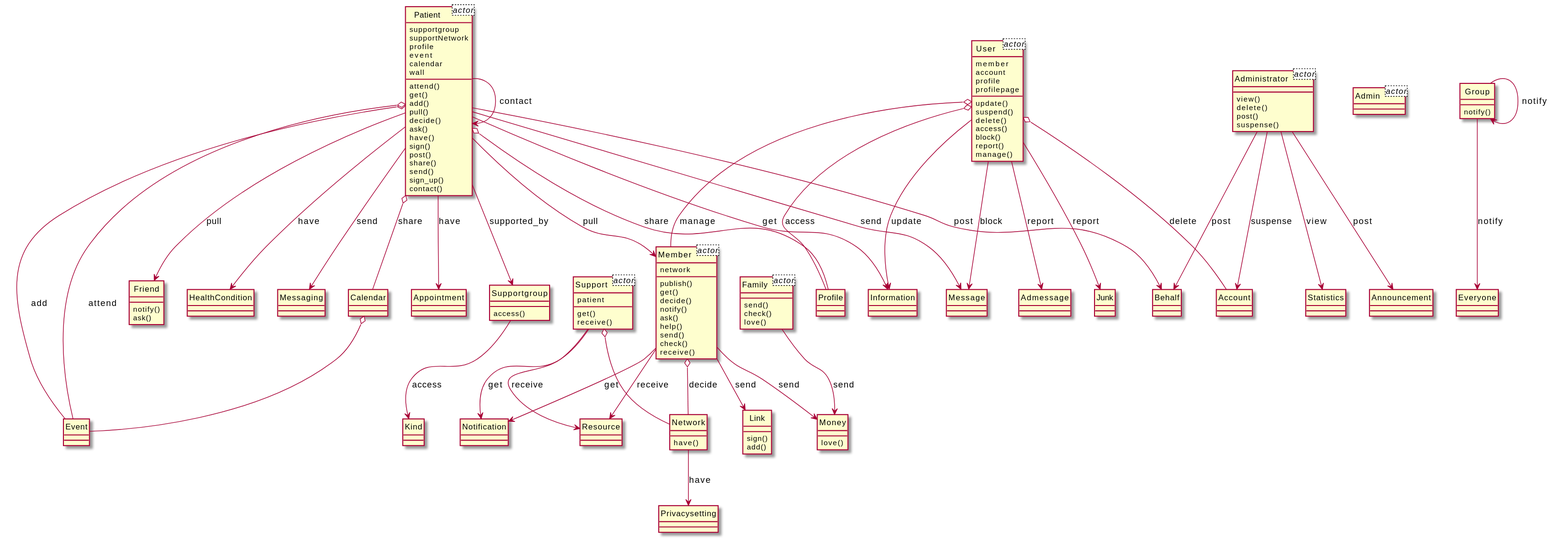
xixixhalu/DomainModelExtractor keeps this PlantUML diagram as output/diagram_5/2018-USC-Project06.svg. Above is the earlier version.
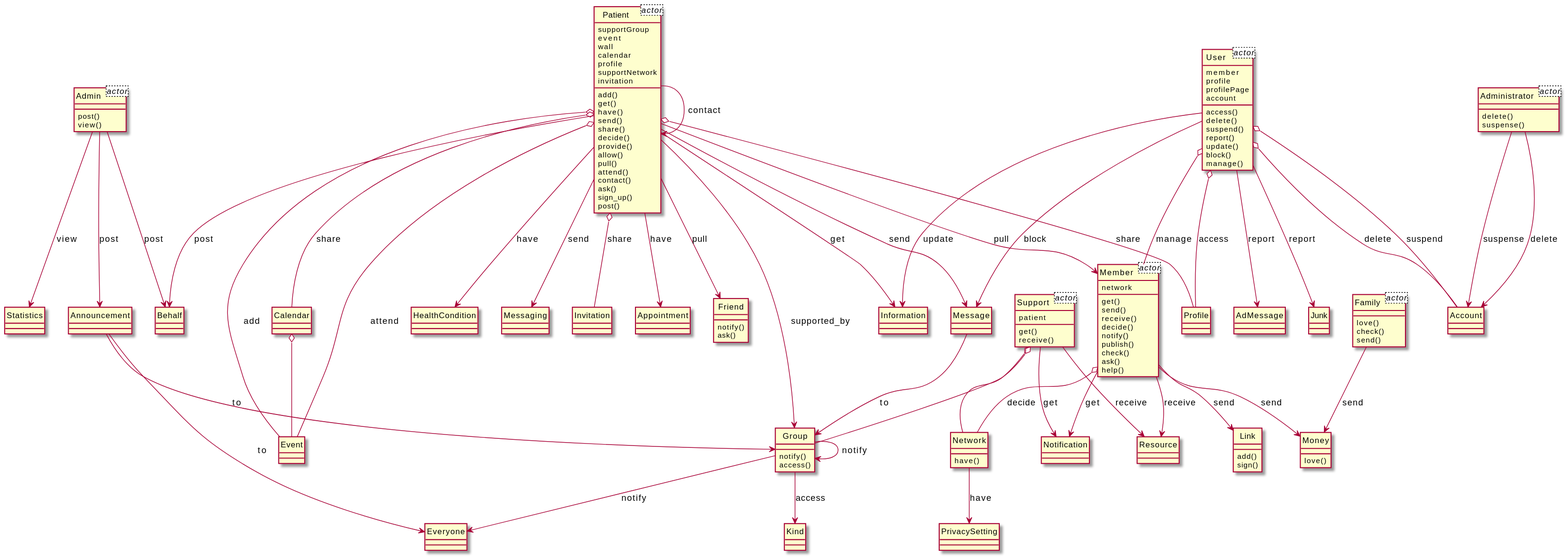
The same diagram one commit later.

What changed in the source:
```diff
@@ -2,17 +2,18 @@
 hide circle
 class User<actor> {
 	member
+	profile
+	profilePage
 	account
-	profile
-	profilepage
 }
 class Patient<actor> {
-	supportgroup
+	supportGroup
+	event
+	wall
+	calendar
+	profile
 	supportNetwork
-	profile
-	event
-	calendar
-	wall
+	invitation
 }
 class Support<actor> {
 	patient
@@ -26,151 +27,161 @@
 }
 class Admin<actor> {
 }
-class Money {
-	love()
+class User {
+	access()
+	delete()
+	suspend()
+	report()
+	update()
+	block()
+	manage()
 }
-class Member {
-	publish()
+class Message {
+}
+class Patient {
+	add()
 	get()
+	have()
+	send()
+	share()
 	decide()
-	notify()
+	provide()
+	allow()
+	pull()
+	attend()
+	contact()
 	ask()
-	help()
-	send()
-	check()
-	receive()
-}
-class Network {
-	have()
+	sign_up()
+	post()
 }
 class Family {
+	love()
+	check()
 	send()
-	check()
-	love()
 }
-class Notification {
+class Admin {
+	post()
+	view()
 }
-class Supportgroup {
-	access()
+class Statistics {
 }
-class Kind {
+class Link {
+	add()
+	sign()
 }
-class Patient {
-	attend()
-	get()
-	add()
-	pull()
-	decide()
-	ask()
-	have()
-	sign()
-	post()
-	share()
-	send()
-	sign_up()
-	contact()
+class Calendar {
 }
 class Information {
-}
-class Event {
 }
 class Support {
 	get()
 	receive()
 }
+class Resource {
+}
+class AdMessage {
+}
+class Member {
+	get()
+	send()
+	receive()
+	decide()
+	notify()
+	publish()
+	check()
+	ask()
+	help()
+}
+class Junk {
+}
+class Network {
+	have()
+}
+class Appointment {
+}
+class Group {
+	notify()
+	access()
+}
+class Account {
+}
 class Friend {
 	notify()
 	ask()
 }
-class User {
-	update()
-	suspend()
-	delete()
-	access()
-	block()
-	report()
-	manage()
-}
-class Link {
-	sign()
-	add()
-}
-class Group {
-	notify()
-}
 class Everyone {
 }
 class Administrator {
-	view()
 	delete()
-	post()
 	suspense()
 }
 class Behalf {
 }
-class Privacysetting {
+class HealthCondition {
 }
 class Profile {
 }
-class Account {
+class Event {
 }
-class Resource {
-}
-class Statistics {
-}
-class Calendar {
-}
-class Appointment {
-}
-class Message {
-}
-class HealthCondition {
-}
-class Admessage {
+class Money {
+	love()
 }
 class Messaging {
 }
+class Notification {
+}
 class Announcement {
 }
-class Junk {
+class PrivacySetting {
 }
+class Invitation {
+}
+class Kind {
+}
+Patient o-- Event : attend
+Message --> Group : to
+Admin --> Statistics : view
+Announcement --> Everyone : to
+Patient --> Messaging : send
+Support o-- Network
+User o-- Account : delete
+Patient --> Group : supported_by
+Patient o-- Calendar : share
 Member --> Notification : get
+Announcement --> Group : to
+Patient --> Information : get
+Support o-- Group
+User --> Information : update
+Administrator --> Account : suspense
+Group --> Everyone : notify
+Family --> Money : send
+Administrator --> Account : delete
+Patient o-- Profile : share
+User o-- Account : suspend
+Support --> Resource : receive
+Patient --> Friend : pull
+Support --> Notification : get
+Patient --> Behalf : post
+User --> AdMessage : report
+Admin --> Behalf : post
+Patient --> HealthCondition : have
+User o-- Profile : access
+Admin --> Announcement : post
+User --> Junk : report
+User o-- Member : manage
+Group --> Kind : access
+Network --> PrivacySetting : have
+Member --> Link : send
+Patient --> Patient : contact
 User --> Message : block
-User o-- Profile : access
-User --> Information : update
-User o-- Member : manage
-Supportgroup --> Kind : access
-Patient --> HealthCondition : have
-Patient --> Behalf : post
-Support --> Resource : receive
+Member o-- Network : decide
+Patient o-- Invitation : share
 Member --> Money : send
-Administrator --> Account : suspense
-Network --> Privacysetting : have
-Patient --> Patient : contact
 Patient --> Message : send
-Patient --> Information : get
 Patient o-- Event : add
-Patient o-- Profile : share
-User --> Admessage : report
-Patient o-- Event : attend
-User o-- Account : delete
-Support --> Notification : get
-Patient --> Messaging : send
+Patient --> Appointment : have
+Calendar o-- Event
+Patient --> Member : pull
+Group --> Group : notify
 Member --> Resource : receive
-Administrator --> Announcement : post
-Support o-- Network
-Group --> Group : notify
-Administrator --> Statistics : view
-Member --> Link : send
-User --> Junk : report
-Patient --> Supportgroup : supported_by
-Member o-- Network : decide
-Patient o-- Calendar : share
-Group --> Everyone : notify
-Patient --> Friend : pull
-Calendar o-- Event
-Administrator --> Behalf : post
-Patient --> Appointment : have
-Patient --> Member : pull
-Family --> Money : send
 @enduml
```
